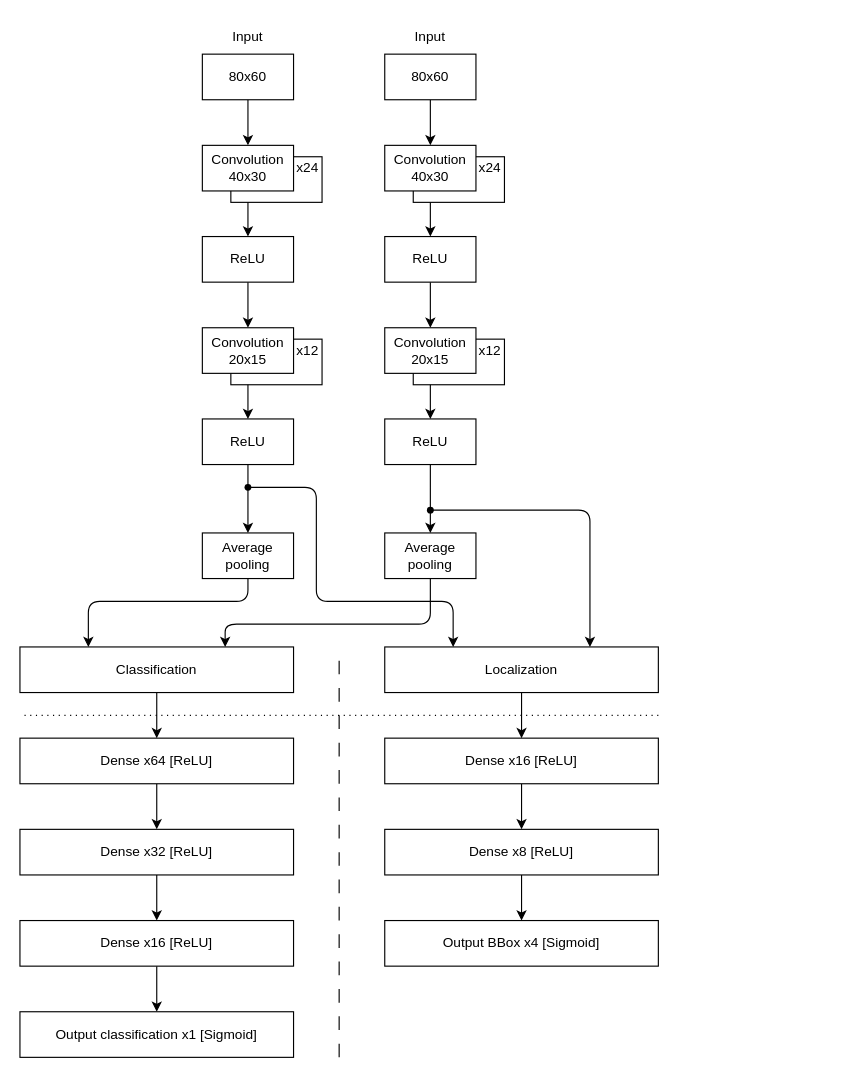
This is documentation/Model_architecture.drawio from Trondster/CS4140, a draw.io file, before an edit. Source tidied: cells renumbered, new cells numbered last; positions are measured from the earlier drawing's top-left corner, leaving out a move shared by most shapes. Both pictures are drawn from the tidied source at 114%, with x=0, y=0 at pixel (19, 19).
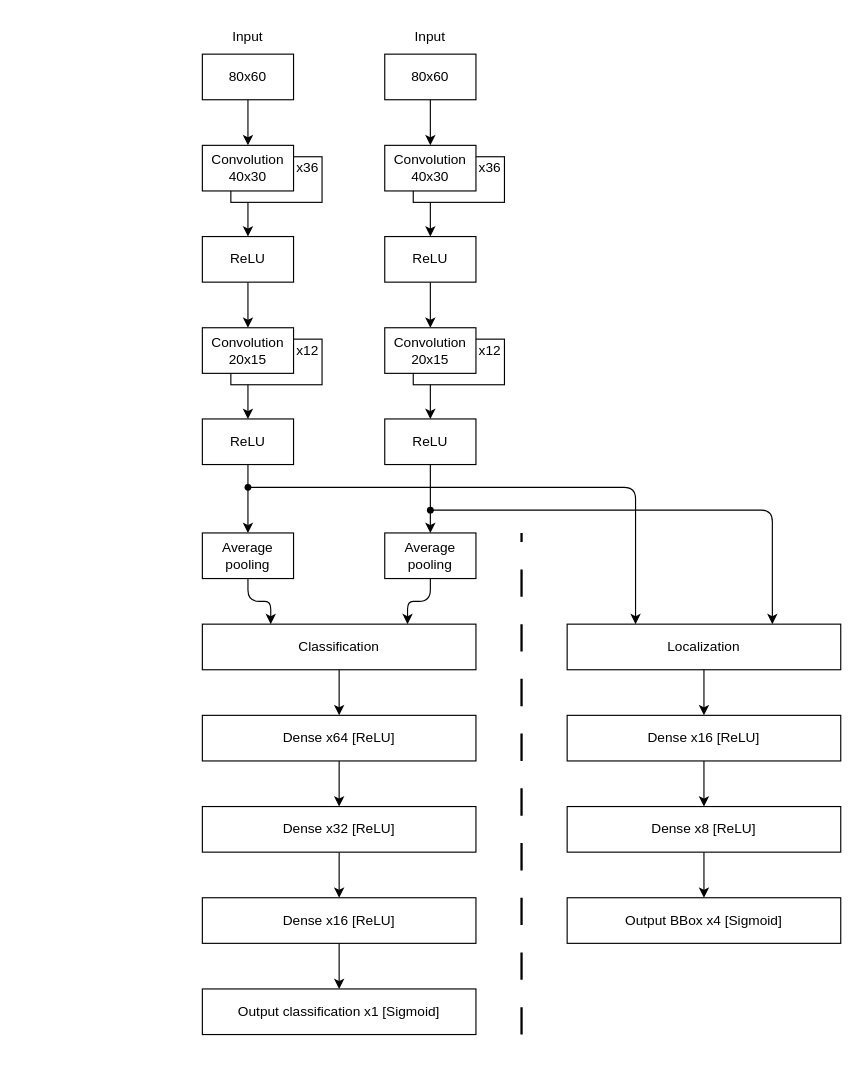
The same page after the edit.

Unchanged cells that the change refers to:
```xml
<mxCell id="7" style="group;" parent="1" vertex="1">
  <mxGeometry x="160" y="110" width="105" height="50" as="geometry" />
</mxCell>
<mxCell id="18" style="group;" parent="1" vertex="1">
  <mxGeometry x="320" y="110" width="105" height="50" as="geometry" />
</mxCell>
<mxCell id="33" value="Average pooling" style="rounded=0;whiteSpace=wrap;html=1;" parent="1" vertex="1">
  <mxGeometry x="160" y="450" width="80" height="40" as="geometry" />
</mxCell>
<mxCell id="34" value="Average pooling" style="rounded=0;whiteSpace=wrap;html=1;" parent="1" vertex="1">
  <mxGeometry x="320" y="450" width="80" height="40" as="geometry" />
</mxCell>
<mxCell id="36" style="shape=waypoint;sketch=0;fillStyle=solid;size=6;points=[];fillColor=none;perimeter=centerPerimeter;snapToPoint=1;" parent="1" vertex="1">
  <mxGeometry x="190" y="400" width="20" height="20" as="geometry" />
</mxCell>
<mxCell id="38" style="shape=waypoint;sketch=0;fillStyle=solid;size=6;points=[];fillColor=none;perimeter=centerPerimeter;snapToPoint=1;" parent="1" vertex="1">
  <mxGeometry x="350" y="420" width="20" height="20" as="geometry" />
</mxCell>
```

What changed in the source:
```diff
@@
-    <mxCell id="8" value="x24" style="rounded=0;whiteSpace=wrap;html=1;spacingTop=0;spacingLeft=55;spacingBottom=20;" parent="7" vertex="1">
+    <mxCell id="8" value="x36" style="rounded=0;whiteSpace=wrap;html=1;spacingTop=0;spacingLeft=55;spacingBottom=20;" parent="7" vertex="1">
       <mxGeometry x="25" y="10" width="80" height="40" as="geometry" />
     </mxCell>
@@
-    <mxCell id="19" value="x24" style="rounded=0;whiteSpace=wrap;html=1;spacingTop=0;spacingLeft=55;spacingBottom=20;" parent="18" vertex="1">
+    <mxCell id="19" value="x36" style="rounded=0;whiteSpace=wrap;html=1;spacingTop=0;spacingLeft=55;spacingBottom=20;" parent="18" vertex="1">
       <mxGeometry x="25" y="10" width="80" height="40" as="geometry" />
     </mxCell>
@@
     <mxCell id="32" style="edgeStyle=orthogonalEdgeStyle;rounded=1;jettySize=auto;html=1;exitX=0.5;exitY=1;exitDx=0;exitDy=0;entryX=0.25;entryY=0;entryDx=0;entryDy=0;curved=0;" parent="1" edge="1" source="33" target="40">
       <mxGeometry relative="1" as="geometry">
         <Array as="points">
           <mxPoint x="200" y="510" />
-          <mxPoint x="60" y="510" />
+          <mxPoint x="220" y="510" />
         </Array>
       </mxGeometry>
     </mxCell>
@@
     <mxCell id="40" value="Classification" style="rounded=0;whiteSpace=wrap;html=1;" parent="1" vertex="1">
-      <mxGeometry y="550" width="240" height="40" as="geometry" />
+      <mxGeometry x="160" y="530" width="240" height="40" as="geometry" />
     </mxCell>
     <mxCell id="41" style="edgeStyle=orthogonalEdgeStyle;rounded=1;jettySize=auto;html=1;exitX=0.5;exitY=1;exitDx=0;exitDy=0;entryX=0.75;entryY=0;entryDx=0;entryDy=0;curved=0;" parent="1" edge="1" source="34" target="40">
       <mxGeometry relative="1" as="geometry">
         <Array as="points">
-          <mxPoint x="360" y="530" />
-          <mxPoint x="180" y="530" />
+          <mxPoint x="360" y="510" />
+          <mxPoint x="340" y="510" />
         </Array>
       </mxGeometry>
     </mxCell>
@@
     <mxCell id="43" value="Localization" style="rounded=0;whiteSpace=wrap;html=1;" parent="1" vertex="1">
-      <mxGeometry x="320" y="550" width="240" height="40" as="geometry" />
+      <mxGeometry x="480" y="530" width="240" height="40" as="geometry" />
     </mxCell>
     <mxCell id="44" style="edgeStyle=orthogonalEdgeStyle;rounded=1;jettySize=auto;html=1;exitX=0.25;exitY=0;exitDx=0;exitDy=0;entryX=0.739;entryY=0.753;entryDx=0;entryDy=0;entryPerimeter=0;startArrow=classic;startFill=1;endArrow=none;endFill=0;curved=0;" parent="1" edge="1" source="43" target="36">
       <mxGeometry relative="1" as="geometry">
         <Array as="points">
-          <mxPoint x="380" y="510" />
-          <mxPoint x="260" y="510" />
-          <mxPoint x="260" y="410" />
+          <mxPoint x="540" y="410" />
         </Array>
       </mxGeometry>
     </mxCell>
     <mxCell id="45" style="edgeStyle=orthogonalEdgeStyle;rounded=1;jettySize=auto;html=1;exitX=0.75;exitY=0;exitDx=0;exitDy=0;entryX=0.771;entryY=0.366;entryDx=0;entryDy=0;entryPerimeter=0;endArrow=none;endFill=0;startArrow=classic;startFill=1;curved=0;" parent="1" edge="1" source="43" target="38">
       <mxGeometry relative="1" as="geometry">
         <Array as="points">
-          <mxPoint x="500" y="430" />
+          <mxPoint x="660" y="430" />
         </Array>
       </mxGeometry>
     </mxCell>
@@
     <mxCell id="47" value="Dense x64 [ReLU]" style="rounded=0;whiteSpace=wrap;html=1;" parent="1" vertex="1">
-      <mxGeometry y="630" width="240" height="40" as="geometry" />
+      <mxGeometry x="160" y="610" width="240" height="40" as="geometry" />
     </mxCell>
@@
     <mxCell id="49" value="Dense x32 [ReLU]" style="rounded=0;whiteSpace=wrap;html=1;" parent="1" vertex="1">
-      <mxGeometry y="710" width="240" height="40" as="geometry" />
+      <mxGeometry x="160" y="690" width="240" height="40" as="geometry" />
     </mxCell>
@@
     <mxCell id="51" value="Dense x16 [ReLU]" style="rounded=0;whiteSpace=wrap;html=1;" parent="1" vertex="1">
-      <mxGeometry y="790" width="240" height="40" as="geometry" />
+      <mxGeometry x="160" y="770" width="240" height="40" as="geometry" />
     </mxCell>
@@
     <mxCell id="53" value="Dense x16 [ReLU]" style="rounded=0;whiteSpace=wrap;html=1;" parent="1" vertex="1">
-      <mxGeometry x="320" y="630" width="240" height="40" as="geometry" />
+      <mxGeometry x="480" y="610" width="240" height="40" as="geometry" />
     </mxCell>
@@
     <mxCell id="55" value="Dense x8 [ReLU]" style="rounded=0;whiteSpace=wrap;html=1;" parent="1" vertex="1">
-      <mxGeometry x="320" y="710" width="240" height="40" as="geometry" />
+      <mxGeometry x="480" y="690" width="240" height="40" as="geometry" />
     </mxCell>
     <mxCell id="56" value="Output BBox x4 [Sigmoid]" style="rounded=0;whiteSpace=wrap;html=1;" parent="1" vertex="1">
-      <mxGeometry x="320" y="790" width="240" height="40" as="geometry" />
+      <mxGeometry x="480" y="770" width="240" height="40" as="geometry" />
     </mxCell>
     <mxCell id="57" value="Output classification x1 [Sigmoid]" style="rounded=0;whiteSpace=wrap;html=1;" parent="1" vertex="1">
-      <mxGeometry y="870" width="240" height="40" as="geometry" />
+      <mxGeometry x="160" y="850" width="240" height="40" as="geometry" />
     </mxCell>
-    <mxCell id="58" style="endArrow=none;dashed=1;html=1;dashPattern=1 4;strokeWidth=1;rounded=0;" parent="1" edge="1">
-      <mxGeometry relative="1" as="geometry">
-        <mxPoint x="560" y="610" as="sourcePoint" />
-        <mxPoint y="610" as="targetPoint" />
-      </mxGeometry>
-    </mxCell>
-    <mxCell id="59" style="endArrow=none;dashed=1;html=1;rounded=0;dashPattern=12 12;" parent="1" edge="1">
-      <mxGeometry relative="1" as="geometry">
-        <mxPoint x="280" y="910" as="sourcePoint" />
-        <mxPoint x="280" y="550" as="targetPoint" />
-      </mxGeometry>
-    </mxCell>
+    <mxCell id="60" style="endArrow=none;dashed=1;html=1;dashPattern=12 12;strokeWidth=2;rounded=0;" parent="1" edge="1">
+      <mxGeometry relative="1" as="geometry">
+        <mxPoint x="440" y="890" as="sourcePoint" />
+        <mxPoint x="440" y="450" as="targetPoint" />
+      </mxGeometry>
+    </mxCell>
```
